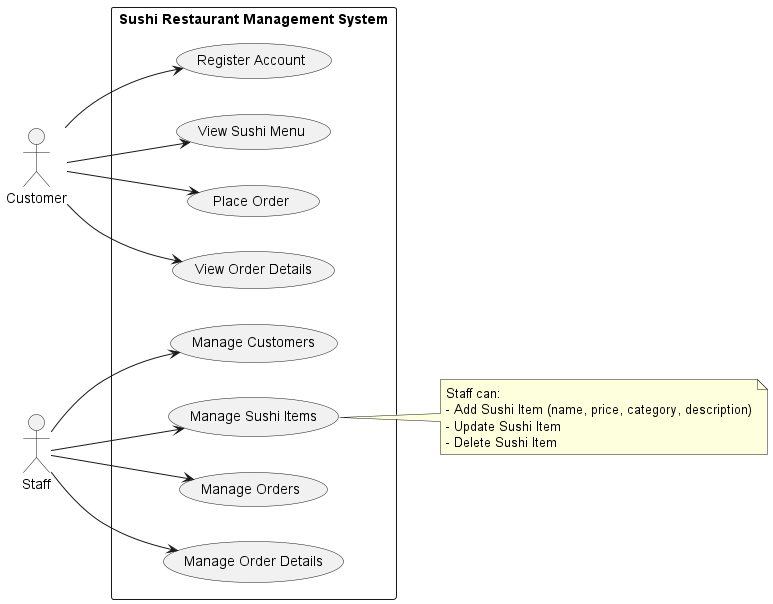
takahashidan85/sushi-restaurant-management keeps this PlantUML diagram as docs/UseCase_SushiRestaurant.png. Above is the earlier version.
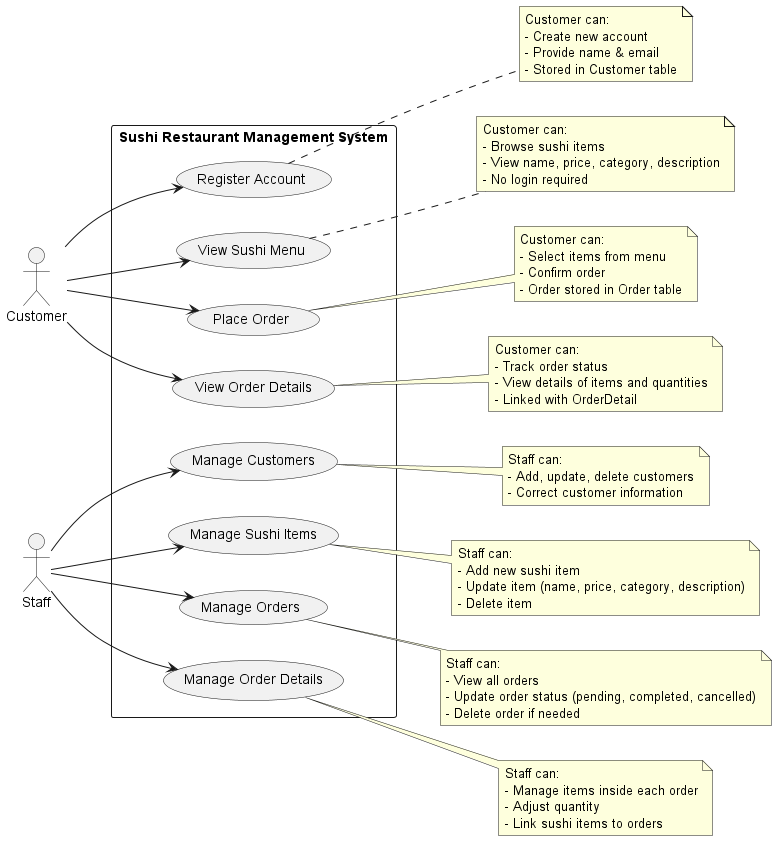
After the commit.

Change to the diagram source:
```diff
@@ -27,11 +27,59 @@
 S --> UC7
 S --> UC8
 
+note right of UC1
+  Customer can:
+  - Create new account
+  - Provide name & email
+  - Stored in Customer table
+end note
+
+note right of UC2
+  Customer can:
+  - Browse sushi items
+  - View name, price, category, description
+  - No login required
+end note
+
+note right of UC3
+  Customer can:
+  - Select items from menu
+  - Confirm order
+  - Order stored in Order table
+end note
+
+note right of UC4
+  Customer can:
+  - Track order status
+  - View details of items and quantities
+  - Linked with OrderDetail
+end note
+
+note right of UC5
+  Staff can:
+  - Add, update, delete customers
+  - Correct customer information
+end note
+
 note right of UC6
   Staff can:
-  - Add Sushi Item (name, price, category, description)
-  - Update Sushi Item
-  - Delete Sushi Item
+  - Add new sushi item
+  - Update item (name, price, category, description)
+  - Delete item
+end note
+
+note right of UC7
+  Staff can:
+  - View all orders
+  - Update order status (pending, completed, cancelled)
+  - Delete order if needed
+end note
+
+note right of UC8
+  Staff can:
+  - Manage items inside each order
+  - Adjust quantity
+  - Link sushi items to orders
 end note
 
 @enduml
```
